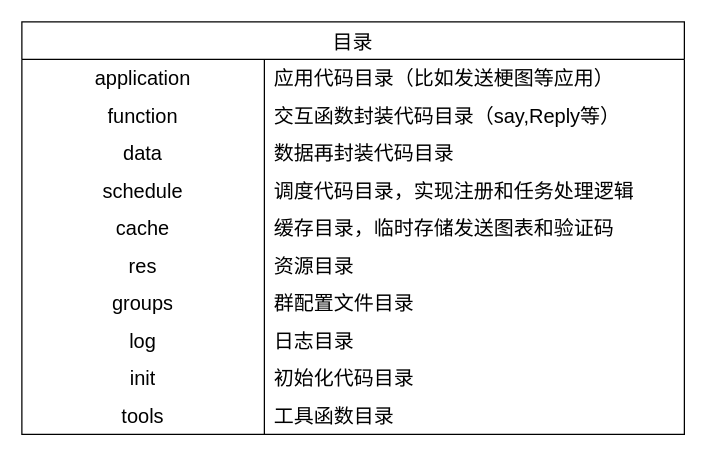
JKWTCN/bot keeps this draw.io diagram as page "目录结构" (1 of 3) of leke.drawio. Above is the earlier version. Source tidied: cells renumbered, new cells numbered last; positions are measured from the earlier drawing's top-left corner, leaving out a move shared by most shapes. Both pictures are drawn from the tidied source at 125%, with x=0, y=0 at pixel (21, 21).
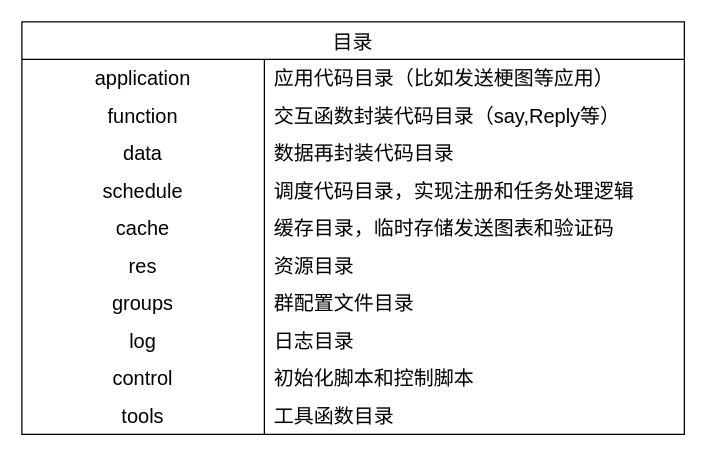
The same page after the edit.

Unchanged cells that the change refers to:
```xml
<mxCell id="27" style="shape=tableRow;horizontal=0;startSize=0;swimlaneHead=0;swimlaneBody=0;top=0;left=0;bottom=0;right=0;fillColor=none;strokeColor=inherit;fontSize=16;" parent="2" vertex="1">
  <mxGeometry y="270" width="530" height="30" as="geometry" />
</mxCell>
```

What changed in the source:
```diff
@@
-    <mxCell id="28" value="init" style="shape=partialRectangle;html=1;whiteSpace=wrap;fillColor=none;top=0;left=0;bottom=0;right=0;overflow=hidden;strokeColor=inherit;fontSize=16;" parent="27" vertex="1">
+    <mxCell id="28" value="control" style="shape=partialRectangle;html=1;whiteSpace=wrap;fillColor=none;top=0;left=0;bottom=0;right=0;overflow=hidden;strokeColor=inherit;fontSize=16;" parent="27" vertex="1">
       <mxGeometry width="194" height="30" as="geometry" />
     </mxCell>
-    <mxCell id="29" value="初始化代码目录" style="shape=partialRectangle;html=1;whiteSpace=wrap;fillColor=none;top=0;left=0;bottom=0;right=0;align=left;spacingLeft=6;overflow=hidden;strokeColor=inherit;fontSize=16;" parent="27" vertex="1">
+    <mxCell id="29" value="初始化脚本和控制脚本" style="shape=partialRectangle;html=1;whiteSpace=wrap;fillColor=none;top=0;left=0;bottom=0;right=0;align=left;spacingLeft=6;overflow=hidden;strokeColor=inherit;fontSize=16;" parent="27" vertex="1">
       <mxGeometry x="194" width="336" height="30" as="geometry" />
     </mxCell>
```
